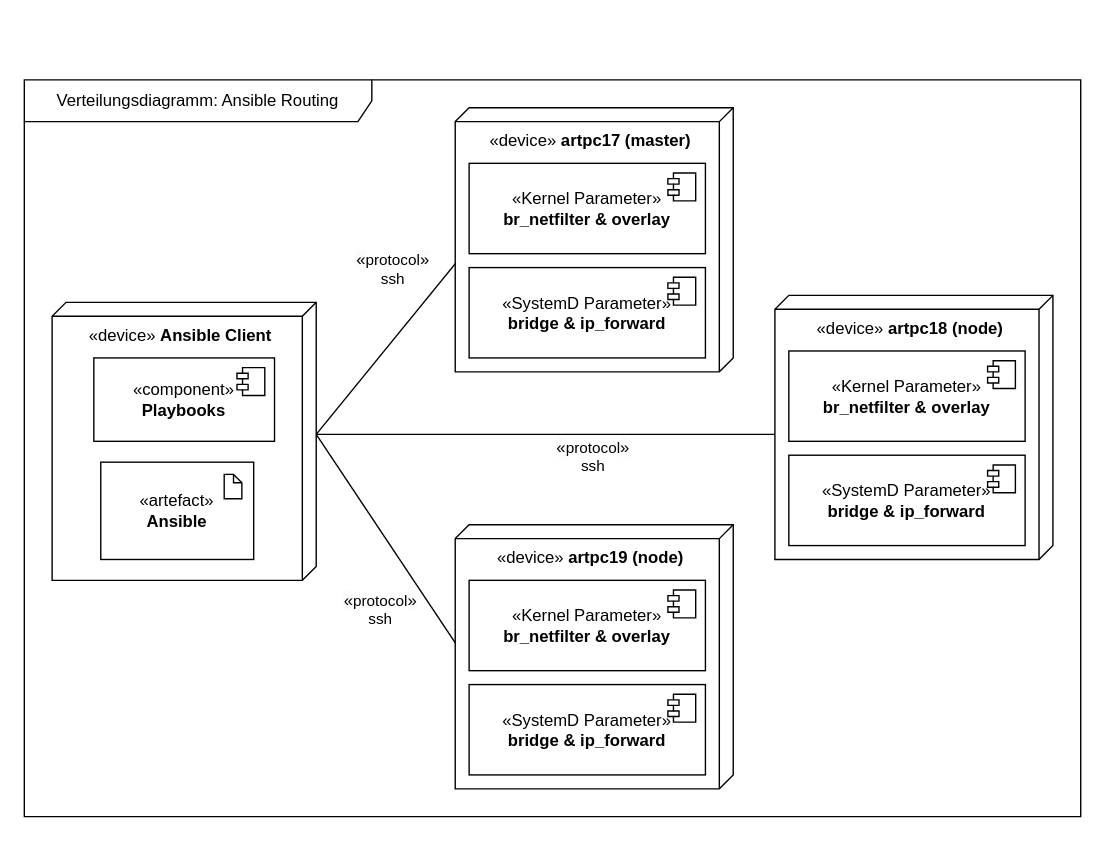
pogii123/drawio-charts keeps this draw.io diagram as uni-bsc/dd-routing-ansible.drawio. Above is the earlier version. Source tidied: cells renumbered, new cells numbered last; positions are measured from the earlier drawing's top-left corner, leaving out a move shared by most shapes. Both pictures are drawn from the tidied source at 139%, with x=0, y=0 at pixel (24, 24).
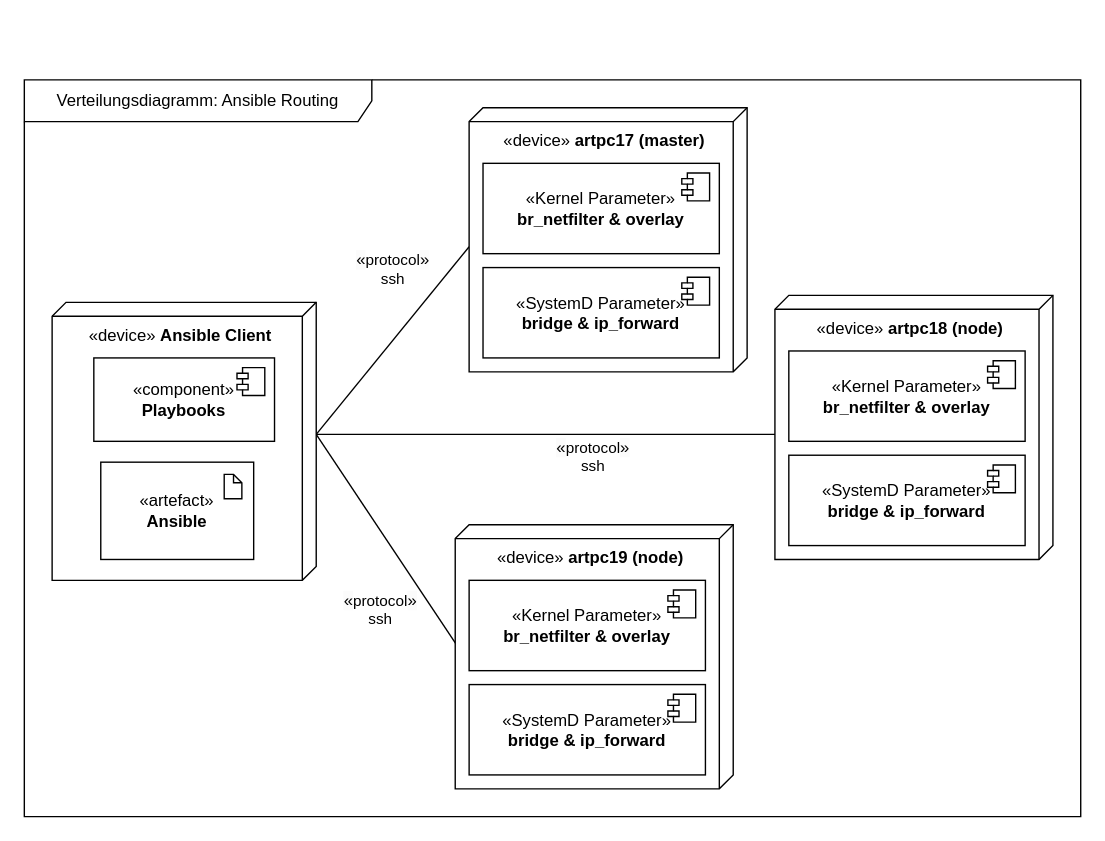
The same diagram, later.

Unchanged cells that the change refers to:
```xml
<mxCell id="13" value="«device»&amp;nbsp;&lt;b&gt;Ansible Client&lt;/b&gt;" style="verticalAlign=top;align=center;shape=cube;size=10;direction=south;html=1;boundedLbl=1;spacingLeft=5;whiteSpace=wrap;" parent="1" vertex="1">
  <mxGeometry x="20" y="200" width="190" height="200" as="geometry" />
</mxCell>
```

What changed in the source:
```diff
@@
-    <mxCell id="5" style="rounded=0;jettySize=auto;html=1;exitX=0;exitY=0;exitDx=95;exitDy=0;exitPerimeter=0;entryX=0;entryY=0;entryDx=100;entryDy=190;entryPerimeter=0;endArrow=none;endFill=0;" parent="1" edge="1" source="13" target="8">
+    <mxCell id="5" style="rounded=0;jettySize=auto;html=1;exitX=0;exitY=0;exitDx=95;exitDy=0;exitPerimeter=0;entryX=0;entryY=0;entryDx=100;entryDy=200;entryPerimeter=0;endArrow=none;endFill=0;" parent="1" edge="1" source="13" target="8">
       <mxGeometry relative="1" as="geometry" />
     </mxCell>
@@
-    <mxCell id="7" style="group;" parent="1" vertex="1">
-      <mxGeometry x="360" width="190" height="260" as="geometry" />
-    </mxCell>
-    <mxCell id="8" value="«device»&amp;nbsp;&lt;b&gt;artpc17 (master)&lt;/b&gt;" style="verticalAlign=top;align=center;shape=cube;size=10;direction=south;html=1;boundedLbl=1;spacingLeft=5;whiteSpace=wrap;" parent="7" vertex="1">
-      <mxGeometry x="-50" y="60" width="200" height="190" as="geometry" />
-    </mxCell>
-    <mxCell id="9" value="«SystemD Parameter»&lt;br&gt;&lt;b&gt;bridge &amp;amp; ip_forward&lt;/b&gt;" style="html=1;whiteSpace=wrap;" parent="7" vertex="1">
-      <mxGeometry x="-40" y="175" width="170" height="65" as="geometry" />
-    </mxCell>
-    <mxCell id="10" style="shape=module;jettyWidth=8;jettyHeight=4;" parent="9" vertex="1">
-      <mxGeometry x="1" width="20" height="20" relative="1" as="geometry">
-        <mxPoint x="-27" y="7" as="offset" />
-      </mxGeometry>
-    </mxCell>
-    <mxCell id="11" value="«Kernel Parameter»&lt;br&gt;&lt;b&gt;br_netfilter &amp;amp; overlay&lt;/b&gt;" style="html=1;whiteSpace=wrap;" parent="7" vertex="1">
-      <mxGeometry x="-40" y="100" width="170" height="65" as="geometry" />
-    </mxCell>
-    <mxCell id="12" style="shape=module;jettyWidth=8;jettyHeight=4;" parent="11" vertex="1">
-      <mxGeometry x="1" width="20" height="20" relative="1" as="geometry">
-        <mxPoint x="-27" y="7" as="offset" />
-      </mxGeometry>
-    </mxCell>
@@
+    <mxCell id="8" value="«device»&amp;nbsp;&lt;b&gt;artpc17 (master)&lt;/b&gt;" style="verticalAlign=top;align=center;shape=cube;size=10;direction=south;html=1;boundedLbl=1;spacingLeft=5;whiteSpace=wrap;" parent="1" vertex="1">
+      <mxGeometry x="320" y="60" width="200" height="190" as="geometry" />
+    </mxCell>
+    <mxCell id="9" value="«SystemD Parameter»&lt;br&gt;&lt;b&gt;bridge &amp;amp; ip_forward&lt;/b&gt;" style="html=1;whiteSpace=wrap;" parent="1" vertex="1">
+      <mxGeometry x="330" y="175" width="170" height="65" as="geometry" />
+    </mxCell>
+    <mxCell id="30" style="shape=module;jettyWidth=8;jettyHeight=4;" parent="9" vertex="1">
+      <mxGeometry x="1" width="20" height="20" relative="1" as="geometry">
+        <mxPoint x="-27" y="7" as="offset" />
+      </mxGeometry>
+    </mxCell>
+    <mxCell id="11" value="«Kernel Parameter»&lt;br&gt;&lt;b&gt;br_netfilter &amp;amp; overlay&lt;/b&gt;" style="html=1;whiteSpace=wrap;" parent="1" vertex="1">
+      <mxGeometry x="330" y="100" width="170" height="65" as="geometry" />
+    </mxCell>
+    <mxCell id="31" style="shape=module;jettyWidth=8;jettyHeight=4;" parent="11" vertex="1">
+      <mxGeometry x="1" width="20" height="20" relative="1" as="geometry">
+        <mxPoint x="-27" y="7" as="offset" />
+      </mxGeometry>
+    </mxCell>
```
